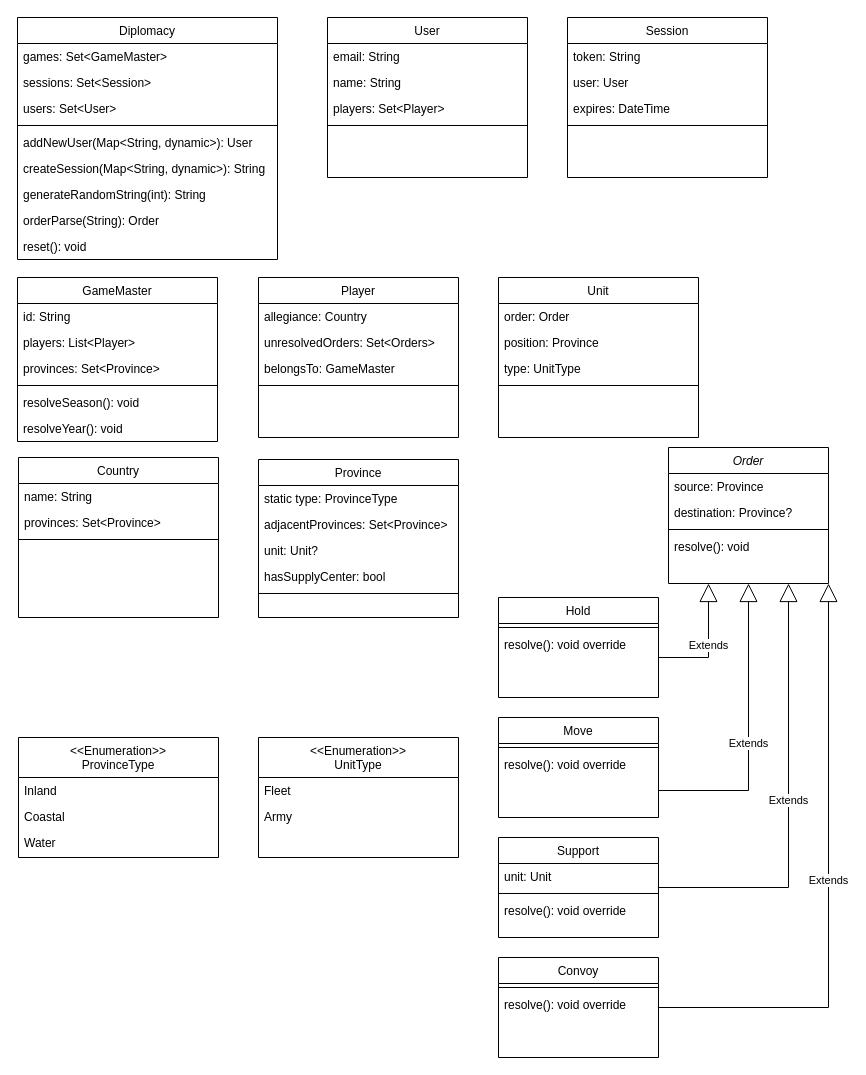
This is docs/backend-uml.drawio from CPTR450-Diplomacy/backend, a draw.io file, before an edit. Source tidied: cells renumbered, new cells numbered last; positions are measured from the earlier drawing's top-left corner, leaving out a move shared by most shapes. Both pictures are drawn from the tidied source at 100%, with x=0, y=0 at pixel (17, 17).
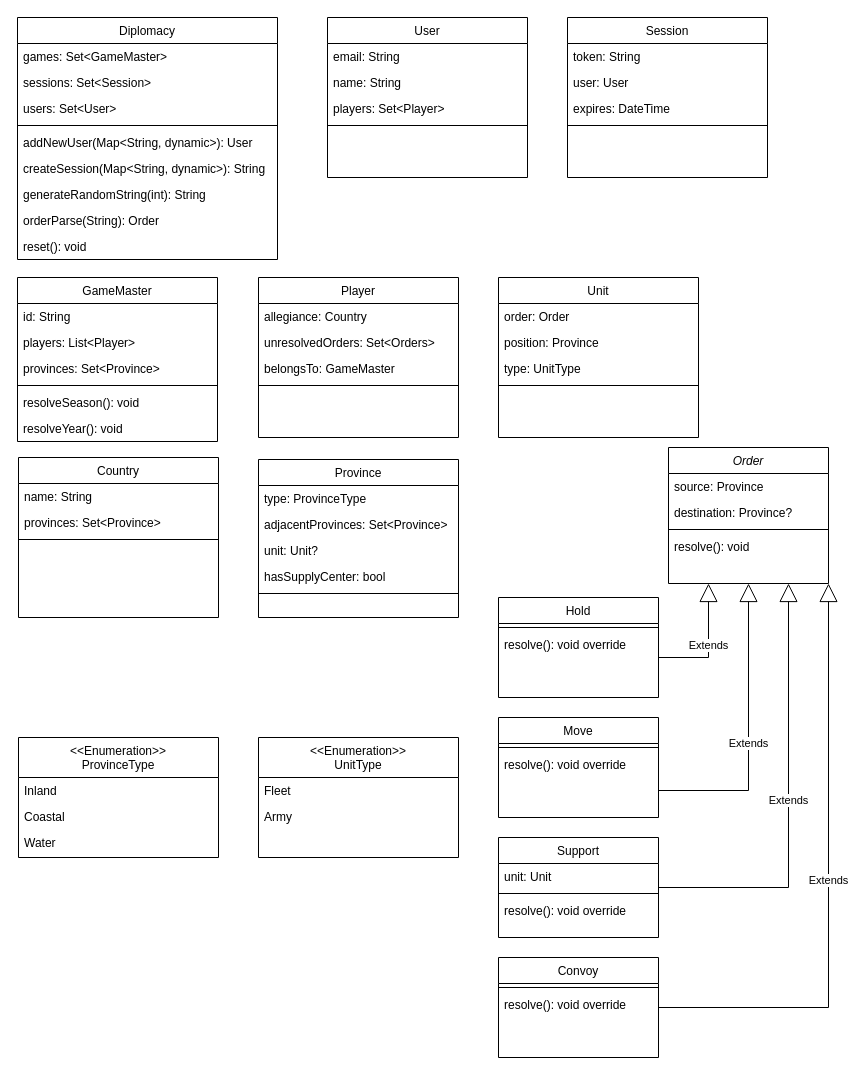
After the change.

The change refers to these unchanged cells:
```xml
<mxCell id="7" value="Province" style="swimlane;fontStyle=0;align=center;verticalAlign=top;horizontal=1;startSize=26;rounded=0;shadow=0;strokeWidth=1;" parent="1" vertex="1">
  <mxGeometry x="241" y="442" width="200" height="158" as="geometry" />
</mxCell>
```

The edit, as a diff of the source:
```diff
@@
-    <mxCell id="8" value="static type: ProvinceType" style="text;align=left;verticalAlign=top;spacingLeft=4;spacingRight=4;overflow=hidden;" parent="7" vertex="1">
+    <mxCell id="8" value="type: ProvinceType" style="text;align=left;verticalAlign=top;spacingLeft=4;spacingRight=4;overflow=hidden;" parent="7" vertex="1">
       <mxGeometry y="26" width="200" height="26" as="geometry" />
     </mxCell>
```
